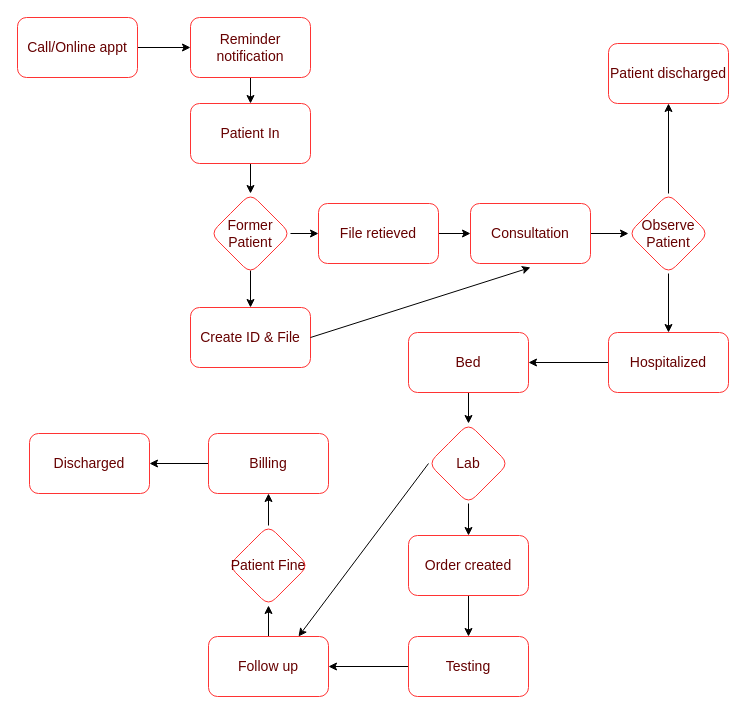
Before: page "Proposed system workflow" (1 of 7) of HMS.drawio in ysebega/ysebega, a draw.io diagram. Source tidied: cells renumbered, new cells numbered last; positions are measured from the earlier drawing's top-left corner, leaving out a move shared by most shapes. Both pictures are drawn from the tidied source at 100%, with x=0, y=0 at pixel (17, 17).
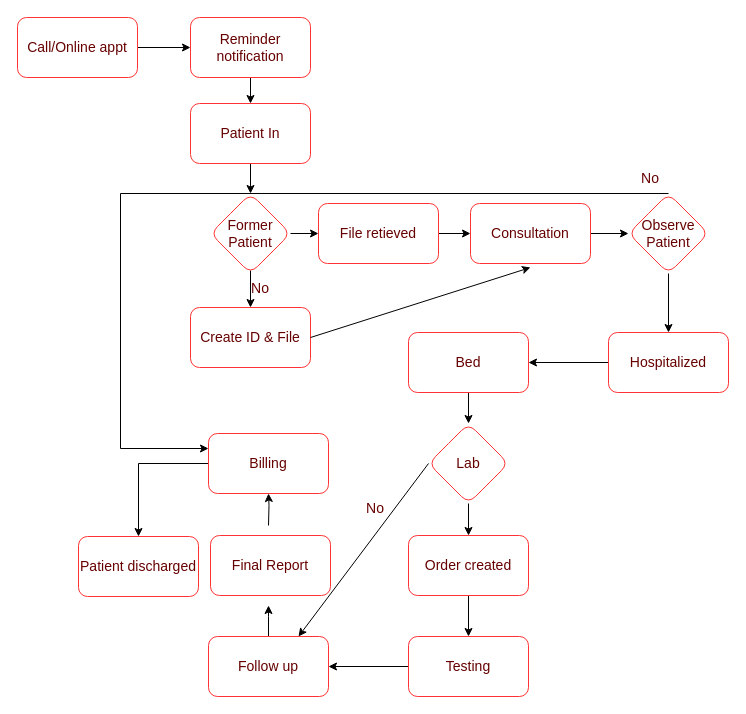
The same diagram, later.

Unchanged cells that the change refers to:
```xml
<mxCell id="18" value="Observe&lt;br&gt;Patient" style="rhombus;whiteSpace=wrap;html=1;fontSize=14;fillColor=none;strokeColor=#FF3333;fontColor=#660000;rounded=1;labelBackgroundColor=none;" parent="1" vertex="1">
  <mxGeometry x="611" y="176" width="80" height="80" as="geometry" />
</mxCell>
<mxCell id="32" value="Follow up" style="whiteSpace=wrap;html=1;fontSize=14;fillColor=none;strokeColor=#FF3333;fontColor=#660000;rounded=1;labelBackgroundColor=none;" parent="1" vertex="1">
  <mxGeometry x="191" y="619" width="120" height="60" as="geometry" />
</mxCell>
<mxCell id="36" value="Billing" style="whiteSpace=wrap;html=1;fontSize=14;fillColor=none;strokeColor=#FF3333;fontColor=#660000;rounded=1;labelBackgroundColor=none;" parent="1" vertex="1">
  <mxGeometry x="191" y="416" width="120" height="60" as="geometry" />
</mxCell>
```

Change to the diagram source:
```diff
@@
-    <mxCell id="16" style="edgeStyle=orthogonalEdgeStyle;rounded=0;jettySize=auto;html=1;fontSize=14;fontColor=#660000;" parent="1" edge="1" source="18" target="19">
-      <mxGeometry relative="1" as="geometry" />
-    </mxCell>
@@
-    <mxCell id="19" value="Patient discharged" style="whiteSpace=wrap;html=1;fontSize=14;fillColor=none;strokeColor=#FF3333;fontColor=#660000;rounded=1;labelBackgroundColor=none;" parent="1" vertex="1">
-      <mxGeometry x="591" y="26" width="120" height="60" as="geometry" />
-    </mxCell>
@@
-    <mxCell id="31" style="edgeStyle=orthogonalEdgeStyle;rounded=0;jettySize=auto;html=1;fontSize=14;fontColor=#660000;" parent="1" edge="1" source="32" target="34">
-      <mxGeometry relative="1" as="geometry" />
+    <mxCell id="31" style="edgeStyle=orthogonalEdgeStyle;rounded=0;jettySize=auto;html=1;fontSize=14;fontColor=#660000;" parent="1" edge="1" source="32">
+      <mxGeometry relative="1" as="geometry">
+        <mxPoint x="251" y="588" as="targetPoint" />
+      </mxGeometry>
     </mxCell>
@@
-    <mxCell id="33" style="edgeStyle=orthogonalEdgeStyle;rounded=0;jettySize=auto;html=1;fontSize=14;fontColor=#660000;" parent="1" edge="1" source="34" target="36">
-      <mxGeometry relative="1" as="geometry" />
+    <mxCell id="33" style="edgeStyle=orthogonalEdgeStyle;rounded=0;jettySize=auto;html=1;fontSize=14;fontColor=#660000;" parent="1" edge="1" target="36">
+      <mxGeometry relative="1" as="geometry">
+        <mxPoint x="251" y="508" as="sourcePoint" />
+      </mxGeometry>
     </mxCell>
-    <mxCell id="34" value="Patient Fine" style="rhombus;whiteSpace=wrap;html=1;fontSize=14;fillColor=none;strokeColor=#FF3333;fontColor=#660000;rounded=1;labelBackgroundColor=none;" parent="1" vertex="1">
-      <mxGeometry x="211" y="508" width="80" height="80" as="geometry" />
-    </mxCell>
-    <mxCell id="35" style="edgeStyle=orthogonalEdgeStyle;rounded=0;jettySize=auto;html=1;fontSize=14;fontColor=#660000;" parent="1" edge="1" source="36" target="37">
-      <mxGeometry relative="1" as="geometry" />
-    </mxCell>
+    <mxCell id="39" style="edgeStyle=orthogonalEdgeStyle;rounded=0;jettySize=auto;html=1;fontSize=14;fontColor=#660000;endArrow=classic;endFill=1;" parent="1" edge="1" source="36" target="19">
+      <mxGeometry relative="1" as="geometry" />
+    </mxCell>
@@
-    <mxCell id="37" value="Discharged" style="whiteSpace=wrap;html=1;fontSize=14;fillColor=none;strokeColor=#FF3333;fontColor=#660000;rounded=1;labelBackgroundColor=none;" parent="1" vertex="1">
-      <mxGeometry x="12" y="416" width="120" height="60" as="geometry" />
-    </mxCell>
@@
+    <mxCell id="40" style="edgeStyle=elbowEdgeStyle;elbow=horizontal;endArrow=classic;html=1;rounded=0;fontSize=14;fontColor=#660000;exitX=0.5;exitY=0;exitDx=0;exitDy=0;verticalAlign=bottom;horizontal=0;endFill=1;entryX=0;entryY=0.25;entryDx=0;entryDy=0;" parent="1" edge="1" source="18" target="36">
+      <mxGeometry relative="1" as="geometry">
+        <Array as="points">
+          <mxPoint x="103" y="150" />
+          <mxPoint x="-7" y="370" />
+          <mxPoint x="-37" y="240" />
+          <mxPoint x="363" y="-20" />
+          <mxPoint x="343" y="10" />
+          <mxPoint x="-47" y="240" />
+        </Array>
+      </mxGeometry>
+    </mxCell>
+    <mxCell id="19" value="Patient discharged" style="whiteSpace=wrap;html=1;fontSize=14;fillColor=none;strokeColor=#FF3333;fontColor=#660000;rounded=1;labelBackgroundColor=none;" parent="1" vertex="1">
+      <mxGeometry x="61" y="519" width="120" height="60" as="geometry" />
+    </mxCell>
+    <mxCell id="41" value="No" style="text;html=1;strokeColor=none;fillColor=none;align=center;verticalAlign=middle;whiteSpace=wrap;rounded=0;labelBackgroundColor=none;fontSize=14;fontColor=#660000;" parent="1" vertex="1">
+      <mxGeometry x="603" y="146" width="60" height="30" as="geometry" />
+    </mxCell>
+    <mxCell id="42" value="No" style="text;html=1;strokeColor=none;fillColor=none;align=center;verticalAlign=middle;whiteSpace=wrap;rounded=0;labelBackgroundColor=none;fontSize=14;fontColor=#660000;" parent="1" vertex="1">
+      <mxGeometry x="213" y="256" width="60" height="30" as="geometry" />
+    </mxCell>
+    <mxCell id="43" value="No" style="text;html=1;strokeColor=none;fillColor=none;align=center;verticalAlign=middle;whiteSpace=wrap;rounded=0;labelBackgroundColor=none;fontSize=14;fontColor=#660000;" parent="1" vertex="1">
+      <mxGeometry x="328" y="476" width="60" height="30" as="geometry" />
+    </mxCell>
+    <mxCell id="44" value="Final Report" style="whiteSpace=wrap;html=1;fontSize=14;fillColor=none;strokeColor=#FF3333;fontColor=#660000;rounded=1;labelBackgroundColor=none;" parent="1" vertex="1">
+      <mxGeometry x="193" y="518" width="120" height="60" as="geometry" />
+    </mxCell>
```
